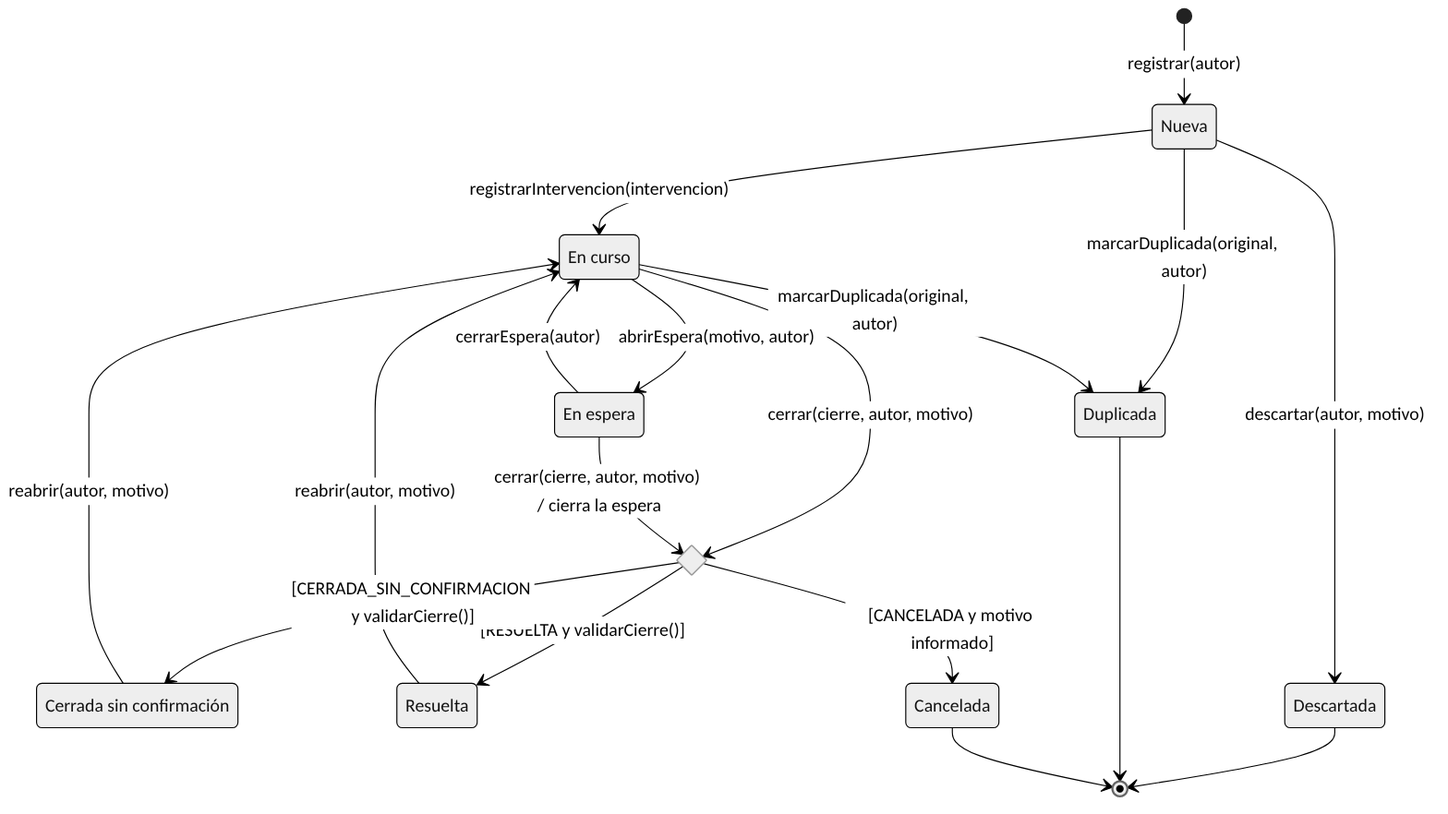
Above: diagramas/10-estados-solicitud.png in jvillegas88/sistema-gestion-soporte (Mermaid), before the change. Its source is kept beside it as diagramas/10-estados-solicitud.mmd. Its diagram source:
```mermaid
---
config:
  themeVariables:
    fontSize: "17px"
---
stateDiagram-v2
    direction TB
    state "Nueva" as Nueva
    state "En curso" as EnCurso
    state "En espera" as EnEspera
    state cierre <<choice>>
    state "Cerrada sin confirmación" as SinConfirmacion
    state "Resuelta" as Resuelta
    state "Cancelada" as Cancelada
    state "Descartada" as Descartada
    state "Duplicada" as Duplicada

    [*] --> Nueva : registrar(autor)
    Nueva --> Descartada : descartar(autor, motivo)
    Nueva --> EnCurso : registrarIntervencion(intervencion)
    Nueva --> Duplicada : marcarDuplicada(original, autor)
    EnCurso --> Duplicada : marcarDuplicada(original, autor)
    EnCurso --> EnEspera : abrirEspera(motivo, autor)
    EnEspera --> EnCurso : cerrarEspera(autor)
    EnCurso --> cierre : cerrar(cierre, autor, motivo)
    EnEspera --> cierre : cerrar(cierre, autor, motivo) / cierra la espera
    cierre --> Resuelta : [RESUELTA y validarCierre()]
    cierre --> SinConfirmacion : [CERRADA_SIN_CONFIRMACION y validarCierre()]
    cierre --> Cancelada : [CANCELADA y motivo informado]
    Resuelta --> EnCurso : reabrir(autor, motivo)
    SinConfirmacion --> EnCurso : reabrir(autor, motivo)
    Descartada --> [*]
    Duplicada --> [*]
    Cancelada --> [*]
```
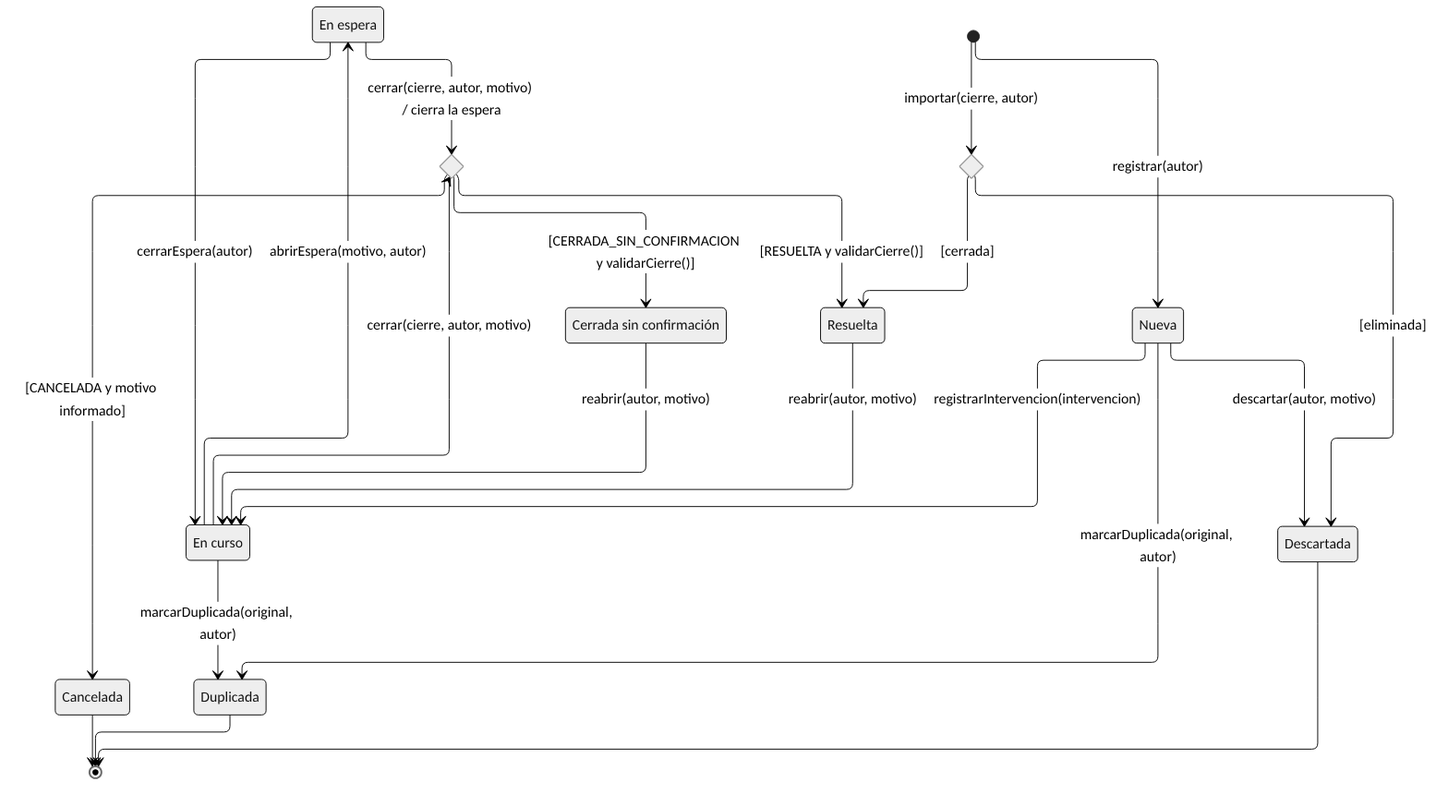
The same diagram one commit later.

What changed in the source:
```diff
@@ -1,5 +1,6 @@
 ---
 config:
+  layout: elk
   themeVariables:
     fontSize: "17px"
 ---
@@ -9,6 +10,7 @@
     state "En curso" as EnCurso
     state "En espera" as EnEspera
     state cierre <<choice>>
+    state importacion <<choice>>
     state "Cerrada sin confirmación" as SinConfirmacion
     state "Resuelta" as Resuelta
     state "Cancelada" as Cancelada
@@ -16,6 +18,9 @@
     state "Duplicada" as Duplicada
 
     [*] --> Nueva : registrar(autor)
+    [*] --> importacion : importar(cierre, autor)
+    importacion --> Resuelta : [cerrada]
+    importacion --> Descartada : [eliminada]
     Nueva --> Descartada : descartar(autor, motivo)
     Nueva --> EnCurso : registrarIntervencion(intervencion)
     Nueva --> Duplicada : marcarDuplicada(original, autor)
```
